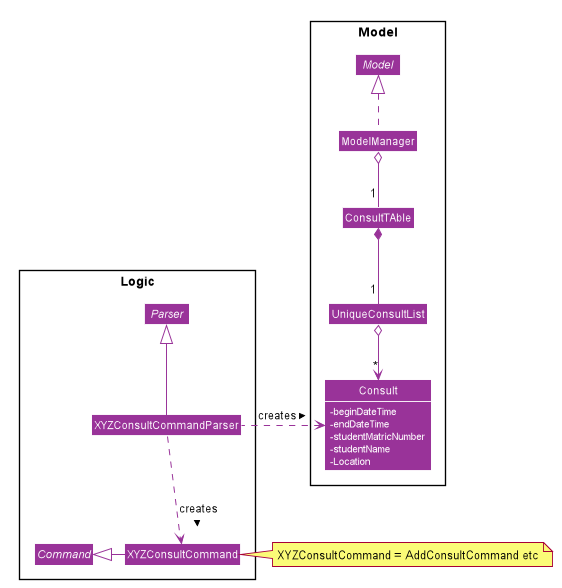
The PlantUML diagram images/ConsultsCommandClassDiagram.png in AY1920-CS2103-W15-3/addressbook-level3, before a commit.
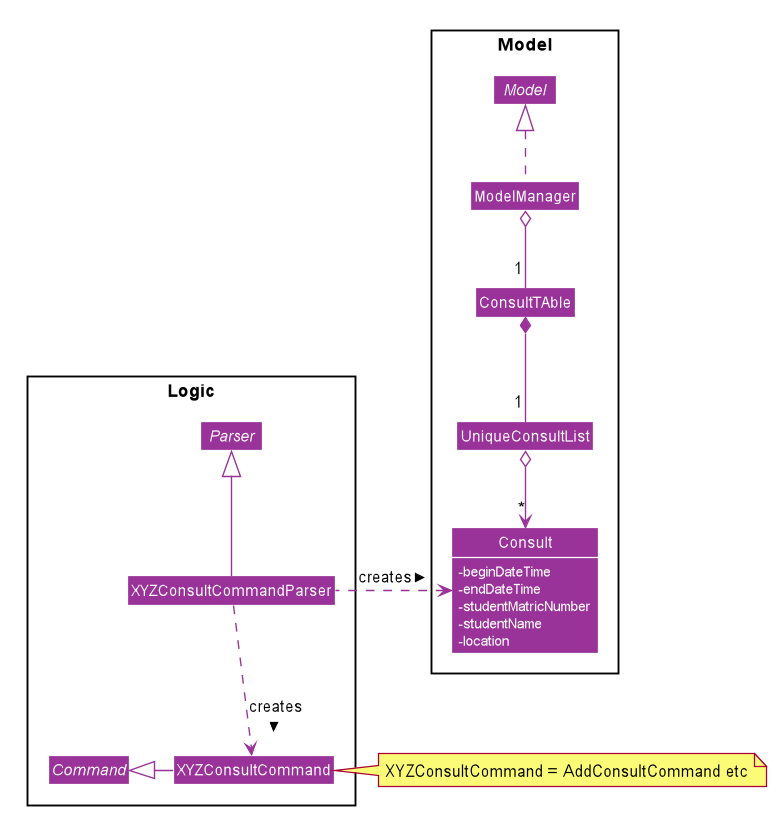
The same file after the commit.

What changed in the source:
```diff
@@ -1,4 +1,6 @@
 @startuml
+
+
 
 
 
@@ -66,7 +68,7 @@
 -endDateTime
 -studentMatricNumber
 -studentName
--Location
+-location
 }
 }
 package Logic <<Rectangle>> {
```
